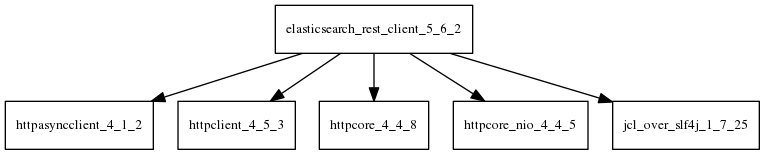
This is tattleTaleReport/graphviz/elasticsearch-rest-client-5.6.2.jar/elasticsearch-rest-client-5.6.2.jar.png from AglaianWoman/cia, a Graphviz export, as it was before one commit. Its source is kept beside it as tattleTaleReport/graphviz/elasticsearch-rest-client-5.6.2.jar/elasticsearch-rest-client-5.6.2.jar.dot.
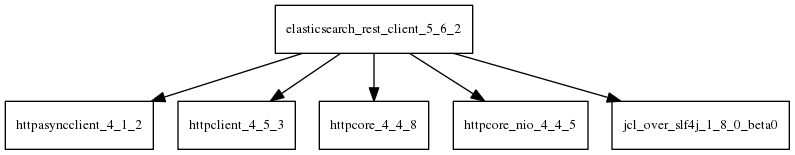
After the commit.

The edit, as a diff of the source:
```diff
@@ -4,5 +4,5 @@
   elasticsearch_rest_client_5_6_2 -> httpclient_4_5_3;
   elasticsearch_rest_client_5_6_2 -> httpcore_4_4_8;
   elasticsearch_rest_client_5_6_2 -> httpcore_nio_4_4_5;
-  elasticsearch_rest_client_5_6_2 -> jcl_over_slf4j_1_7_25;
+  elasticsearch_rest_client_5_6_2 -> jcl_over_slf4j_1_8_0_beta0;
 }
```
